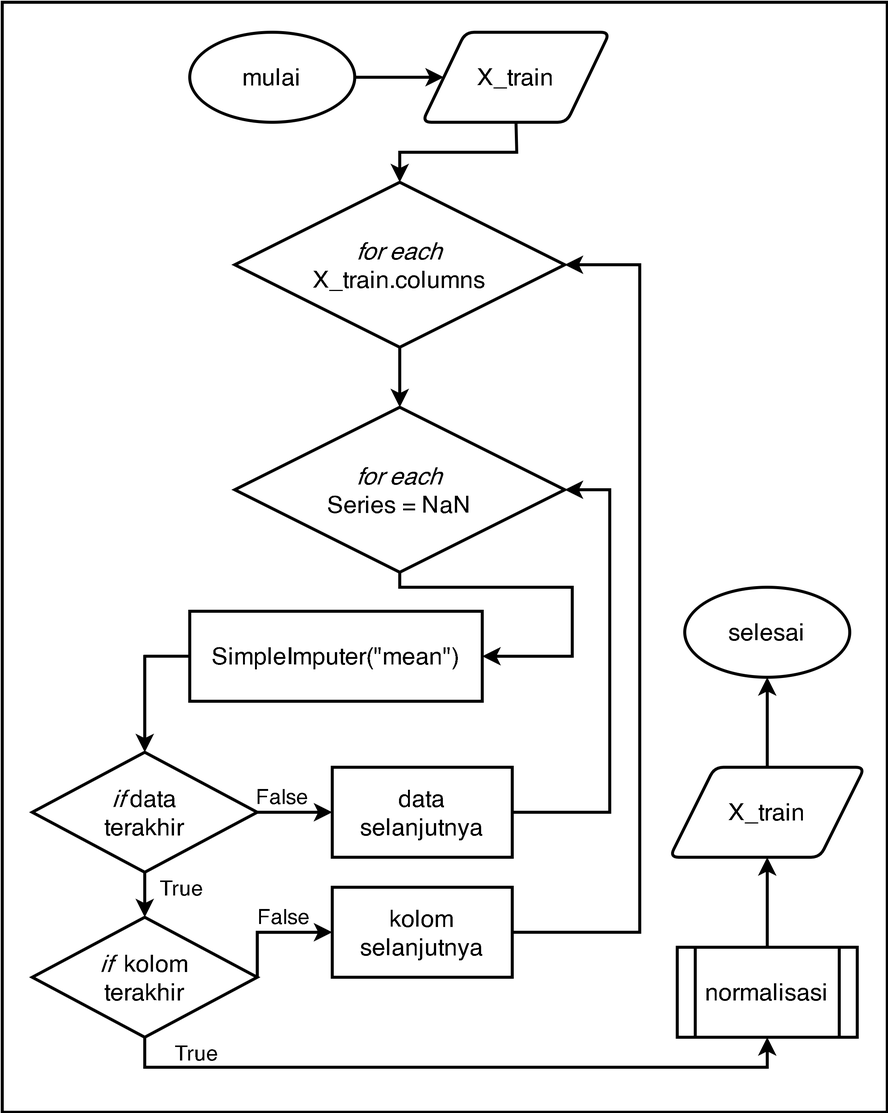
This is Images/flowchart_prep_numeric.png from rshby/skripsi, a draw.io export, as it was before one commit. Source tidied: cells renumbered, new cells last; positions are measured from the earlier drawing's top-left corner, leaving out a move shared by most shapes.
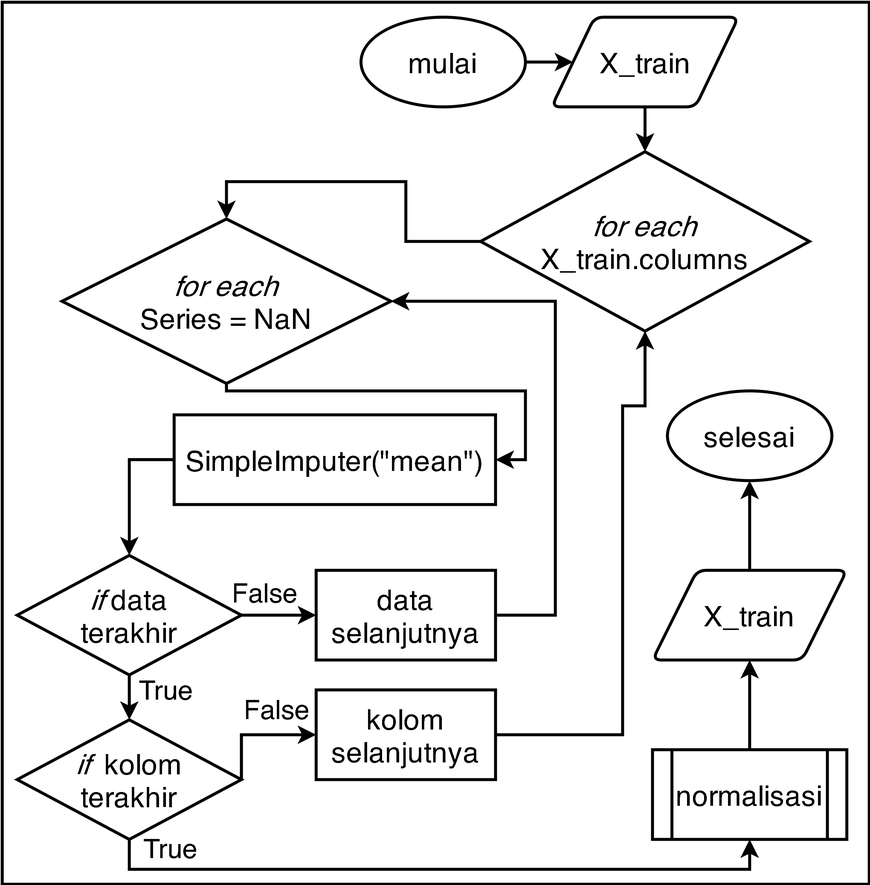
Above is the later version.

The edit, as a diff of the source:
```diff
@@ -2,132 +2,134 @@
   <root>
     <mxCell id="0" />
     <mxCell id="1" parent="0" />
-    <mxCell id="2" style="group;" parent="1" vertex="1">
-      <mxGeometry width="590" height="740" as="geometry" />
-    </mxCell>
-    <mxCell id="3" style="rounded=0;whiteSpace=wrap;html=1;strokeWidth=2;" parent="2" vertex="1">
-      <mxGeometry width="590" height="740" as="geometry" />
-    </mxCell>
+    <mxCell id="33" style="group;" parent="1" vertex="1">
+      <mxGeometry x="10" y="130" width="580" height="590" as="geometry" />
+    </mxCell>
+    <mxCell id="34" style="rounded=0;whiteSpace=wrap;html=1;fontSize=19;strokeWidth=2;" parent="33" vertex="1">
+      <mxGeometry width="580" height="590" as="geometry" />
+    </mxCell>
-    <mxCell id="4" value="&lt;font style=&quot;font-size: 16px&quot;&gt;selesai&lt;/font&gt;" style="ellipse;whiteSpace=wrap;html=1;strokeWidth=2;" parent="2" vertex="1">
-      <mxGeometry x="455" y="390" width="110" height="60" as="geometry" />
+    <mxCell id="4" value="&lt;font style=&quot;font-size: 19px&quot;&gt;selesai&lt;/font&gt;" style="ellipse;whiteSpace=wrap;html=1;strokeWidth=2;" parent="33" vertex="1">
+      <mxGeometry x="445" y="260" width="110" height="60" as="geometry" />
     </mxCell>
-    <mxCell id="5" value="&lt;font style=&quot;font-size: 16px&quot;&gt;normalisasi&lt;/font&gt;" style="shape=process;whiteSpace=wrap;html=1;backgroundOutline=1;strokeWidth=2;" parent="2" vertex="1">
-      <mxGeometry x="450" y="630" width="120" height="60" as="geometry" />
+    <mxCell id="5" value="&lt;font style=&quot;font-size: 19px&quot;&gt;normalisasi&lt;/font&gt;" style="shape=process;whiteSpace=wrap;html=1;backgroundOutline=1;strokeWidth=2;" parent="33" vertex="1">
+      <mxGeometry x="435" y="500" width="130" height="60" as="geometry" />
     </mxCell>
-    <mxCell id="6" value="&lt;font style=&quot;font-size: 16px&quot;&gt;X_train&lt;/font&gt;" style="shape=parallelogram;html=1;strokeWidth=2;perimeter=parallelogramPerimeter;whiteSpace=wrap;rounded=1;arcSize=12;size=0.23;" parent="2" vertex="1">
-      <mxGeometry x="445" y="510" width="130" height="60" as="geometry" />
+    <mxCell id="6" value="&lt;font style=&quot;font-size: 19px&quot;&gt;X_train&lt;/font&gt;" style="shape=parallelogram;html=1;strokeWidth=2;perimeter=parallelogramPerimeter;whiteSpace=wrap;rounded=1;arcSize=12;size=0.23;" parent="33" vertex="1">
+      <mxGeometry x="435" y="380" width="130" height="60" as="geometry" />
     </mxCell>
-    <mxCell id="7" style="endArrow=classic;html=1;strokeWidth=2;exitX=0.5;exitY=0;exitDx=0;exitDy=0;entryX=0.5;entryY=1;entryDx=0;entryDy=0;" parent="2" edge="1" source="5" target="6">
-      <mxGeometry x="440" y="40" as="geometry" />
+    <mxCell id="7" style="endArrow=classic;html=1;strokeWidth=2;exitX=0.5;exitY=0;exitDx=0;exitDy=0;entryX=0.5;entryY=1;entryDx=0;entryDy=0;" parent="33" edge="1" source="5" target="6">
+      <mxGeometry x="430" y="-90" as="geometry" />
     </mxCell>
-    <mxCell id="8" value="&lt;font style=&quot;font-size: 16px&quot;&gt;mulai&lt;/font&gt;" style="ellipse;whiteSpace=wrap;html=1;strokeWidth=2;" parent="2" vertex="1">
-      <mxGeometry x="125" y="20" width="110" height="60" as="geometry" />
+    <mxCell id="8" value="&lt;font style=&quot;font-size: 19px&quot;&gt;mulai&lt;/font&gt;" style="ellipse;whiteSpace=wrap;html=1;strokeWidth=2;" parent="33" vertex="1">
+      <mxGeometry x="240" y="10" width="110" height="60" as="geometry" />
     </mxCell>
-    <mxCell id="9" value="&lt;font style=&quot;font-size: 16px&quot;&gt;X_train&lt;/font&gt;" style="shape=parallelogram;html=1;strokeWidth=2;perimeter=parallelogramPerimeter;whiteSpace=wrap;rounded=1;arcSize=12;size=0.23;" parent="2" vertex="1">
-      <mxGeometry x="280" y="20" width="125" height="60" as="geometry" />
+    <mxCell id="9" value="&lt;font style=&quot;font-size: 19px&quot;&gt;X_train&lt;/font&gt;" style="shape=parallelogram;html=1;strokeWidth=2;perimeter=parallelogramPerimeter;whiteSpace=wrap;rounded=1;arcSize=12;size=0.23;" parent="33" vertex="1">
+      <mxGeometry x="367.5" y="10" width="125" height="60" as="geometry" />
     </mxCell>
-    <mxCell id="10" value="&lt;font style=&quot;font-size: 16px&quot;&gt;&lt;i&gt;for each&lt;/i&gt;&lt;br&gt;X_train.columns&lt;/font&gt;" style="rhombus;whiteSpace=wrap;html=1;strokeWidth=2;" parent="2" vertex="1">
-      <mxGeometry x="155" y="120" width="220" height="110" as="geometry" />
+    <mxCell id="10" value="&lt;font style=&quot;font-size: 19px&quot;&gt;&lt;i&gt;for each&lt;/i&gt;&lt;br&gt;X_train.columns&lt;/font&gt;" style="rhombus;whiteSpace=wrap;html=1;strokeWidth=2;" parent="33" vertex="1">
+      <mxGeometry x="320" y="100" width="220" height="120" as="geometry" />
     </mxCell>
-    <mxCell id="11" style="endArrow=classic;html=1;exitX=1;exitY=0.5;exitDx=0;exitDy=0;strokeWidth=2;entryX=0;entryY=0.5;entryDx=0;entryDy=0;" parent="2" edge="1" source="8" target="9">
-      <mxGeometry as="geometry" />
+    <mxCell id="11" style="endArrow=classic;html=1;exitX=1;exitY=0.5;exitDx=0;exitDy=0;strokeWidth=2;entryX=0;entryY=0.5;entryDx=0;entryDy=0;" parent="33" edge="1" source="8" target="9">
+      <mxGeometry x="-10" y="-130" as="geometry" />
     </mxCell>
-    <mxCell id="12" style="endArrow=classic;html=1;strokeWidth=2;exitX=0.5;exitY=1;exitDx=0;exitDy=0;entryX=0.5;entryY=0;entryDx=0;entryDy=0;rounded=0;" parent="2" edge="1" source="9" target="10">
-      <mxGeometry as="geometry">
-        <Array as="points">
-          <mxPoint x="343" y="100" />
-          <mxPoint x="265" y="100" />
-        </Array>
-      </mxGeometry>
+    <mxCell id="12" style="endArrow=classic;html=1;strokeWidth=2;exitX=0.5;exitY=1;exitDx=0;exitDy=0;entryX=0.5;entryY=0;entryDx=0;entryDy=0;rounded=0;" parent="33" edge="1" source="9" target="10">
+      <mxGeometry x="440" y="-270" as="geometry" />
     </mxCell>
-    <mxCell id="13" value="&lt;font style=&quot;font-size: 16px&quot;&gt;&lt;i&gt;for each&lt;/i&gt;&lt;br&gt;Series = NaN&lt;/font&gt;" style="rhombus;whiteSpace=wrap;html=1;strokeWidth=2;" parent="2" vertex="1">
-      <mxGeometry x="155" y="270" width="220" height="110" as="geometry" />
+    <mxCell id="13" value="&lt;font style=&quot;font-size: 19px&quot;&gt;&lt;i&gt;for each&lt;/i&gt;&lt;br&gt;Series = NaN&lt;/font&gt;" style="rhombus;whiteSpace=wrap;html=1;strokeWidth=2;" parent="33" vertex="1">
+      <mxGeometry x="40" y="145" width="220" height="110" as="geometry" />
     </mxCell>
-    <mxCell id="14" style="endArrow=classic;html=1;strokeWidth=2;exitX=0.5;exitY=1;exitDx=0;exitDy=0;entryX=0.5;entryY=0;entryDx=0;entryDy=0;" parent="2" edge="1" source="10" target="13">
-      <mxGeometry as="geometry" />
+    <mxCell id="14" style="endArrow=classic;html=1;strokeWidth=2;exitX=0;exitY=0.5;exitDx=0;exitDy=0;rounded=0;entryX=0.5;entryY=0;entryDx=0;entryDy=0;" parent="33" edge="1" source="10" target="13">
+      <mxGeometry x="-10" y="-130" as="geometry">
+        <Array as="points">
+          <mxPoint x="270" y="160" />
+          <mxPoint x="270" y="120" />
+          <mxPoint x="150" y="120" />
+        </Array>
+      </mxGeometry>
     </mxCell>
-    <mxCell id="15" value="&lt;font style=&quot;font-size: 16px&quot;&gt;SimpleImputer(&quot;mean&quot;)&lt;/font&gt;" style="rounded=0;whiteSpace=wrap;html=1;strokeWidth=2;" parent="2" vertex="1">
-      <mxGeometry x="125" y="406" width="195" height="60" as="geometry" />
+    <mxCell id="15" value="&lt;font style=&quot;font-size: 19px&quot;&gt;SimpleImputer(&quot;mean&quot;)&lt;/font&gt;" style="rounded=0;whiteSpace=wrap;html=1;strokeWidth=2;" parent="33" vertex="1">
+      <mxGeometry x="115" y="276" width="215" height="60" as="geometry" />
     </mxCell>
-    <mxCell id="16" style="endArrow=classic;html=1;strokeWidth=2;exitX=0.5;exitY=1;exitDx=0;exitDy=0;entryX=1;entryY=0.5;entryDx=0;entryDy=0;rounded=0;" parent="2" edge="1" source="13" target="15">
-      <mxGeometry x="450" y="-140" as="geometry">
+    <mxCell id="16" style="endArrow=classic;html=1;strokeWidth=2;exitX=0.5;exitY=1;exitDx=0;exitDy=0;entryX=1;entryY=0.5;entryDx=0;entryDy=0;rounded=0;" parent="33" edge="1" source="13" target="15">
+      <mxGeometry x="440" y="-270" as="geometry">
         <Array as="points">
-          <mxPoint x="265" y="390" />
-          <mxPoint x="380" y="390" />
-          <mxPoint x="380" y="436" />
+          <mxPoint x="150" y="260" />
+          <mxPoint x="350" y="260" />
+          <mxPoint x="350" y="306" />
         </Array>
       </mxGeometry>
     </mxCell>
-    <mxCell id="17" value="&lt;font style=&quot;font-size: 16px&quot;&gt;&lt;i&gt;if&lt;/i&gt;&amp;nbsp;data&lt;br&gt;terakhir&lt;/font&gt;" style="rhombus;whiteSpace=wrap;html=1;strokeWidth=2;" parent="2" vertex="1">
-      <mxGeometry x="20" y="500" width="150" height="80" as="geometry" />
+    <mxCell id="17" value="&lt;font style=&quot;font-size: 19px&quot;&gt;&lt;i&gt;if&lt;/i&gt;&amp;nbsp;data&lt;br&gt;terakhir&lt;/font&gt;" style="rhombus;whiteSpace=wrap;html=1;strokeWidth=2;" parent="33" vertex="1">
+      <mxGeometry x="10" y="370" width="150" height="80" as="geometry" />
     </mxCell>
-    <mxCell id="18" value="&lt;font style=&quot;font-size: 16px&quot;&gt;data&lt;br&gt;selanjutnya&lt;/font&gt;" style="rounded=0;whiteSpace=wrap;html=1;strokeWidth=2;" parent="2" vertex="1">
-      <mxGeometry x="220" y="510" width="120" height="60" as="geometry" />
+    <mxCell id="18" value="&lt;font style=&quot;font-size: 19px&quot;&gt;data&lt;br&gt;selanjutnya&lt;/font&gt;" style="rounded=0;whiteSpace=wrap;html=1;strokeWidth=2;" parent="33" vertex="1">
+      <mxGeometry x="210" y="380" width="120" height="60" as="geometry" />
     </mxCell>
-    <mxCell id="19" value="&lt;font style=&quot;font-size: 16px&quot;&gt;&lt;i&gt;if&lt;/i&gt;&amp;nbsp; kolom&lt;br&gt;terakhir&lt;/font&gt;" style="rhombus;whiteSpace=wrap;html=1;strokeWidth=2;" parent="2" vertex="1">
-      <mxGeometry x="20" y="610" width="150" height="80" as="geometry" />
+    <mxCell id="19" value="&lt;font style=&quot;font-size: 19px&quot;&gt;&lt;i&gt;if&lt;/i&gt;&amp;nbsp; kolom&lt;br&gt;terakhir&lt;/font&gt;" style="rhombus;whiteSpace=wrap;html=1;strokeWidth=2;" parent="33" vertex="1">
+      <mxGeometry x="10" y="480" width="150" height="80" as="geometry" />
     </mxCell>
-    <mxCell id="20" value="&lt;font style=&quot;font-size: 16px&quot;&gt;kolom&lt;br&gt;selanjutnya&lt;/font&gt;" style="rounded=0;whiteSpace=wrap;html=1;strokeWidth=2;" parent="2" vertex="1">
-      <mxGeometry x="220" y="590" width="120" height="60" as="geometry" />
+    <mxCell id="20" value="&lt;font style=&quot;font-size: 19px&quot;&gt;kolom&lt;br&gt;selanjutnya&lt;/font&gt;" style="rounded=0;whiteSpace=wrap;html=1;strokeWidth=2;" parent="33" vertex="1">
+      <mxGeometry x="210" y="460" width="120" height="60" as="geometry" />
     </mxCell>
-    <mxCell id="21" style="endArrow=classic;html=1;strokeWidth=2;exitX=1;exitY=0.5;exitDx=0;exitDy=0;entryX=1;entryY=0.5;entryDx=0;entryDy=0;rounded=0;" parent="2" edge="1" source="18" target="13">
-      <mxGeometry as="geometry">
+    <mxCell id="21" style="endArrow=classic;html=1;strokeWidth=2;exitX=1;exitY=0.5;exitDx=0;exitDy=0;entryX=1;entryY=0.5;entryDx=0;entryDy=0;rounded=0;" parent="33" edge="1" source="18" target="13">
+      <mxGeometry x="-10" y="-130" as="geometry">
         <Array as="points">
-          <mxPoint x="405" y="540" />
-          <mxPoint x="405" y="325" />
+          <mxPoint x="370" y="410" />
+          <mxPoint x="370" y="200" />
         </Array>
       </mxGeometry>
     </mxCell>
-    <mxCell id="22" style="endArrow=classic;html=1;strokeWidth=2;exitX=1;exitY=0.5;exitDx=0;exitDy=0;entryX=1;entryY=0.5;entryDx=0;entryDy=0;rounded=0;" parent="2" edge="1" source="20" target="10">
-      <mxGeometry as="geometry">
+    <mxCell id="22" style="endArrow=classic;html=1;strokeWidth=2;exitX=1;exitY=0.5;exitDx=0;exitDy=0;entryX=0.5;entryY=1;entryDx=0;entryDy=0;rounded=0;" parent="33" edge="1" source="20" target="10">
+      <mxGeometry x="-10" y="-130" as="geometry">
         <Array as="points">
-          <mxPoint x="425" y="620" />
-          <mxPoint x="425" y="175" />
+          <mxPoint x="415" y="490" />
+          <mxPoint x="415" y="270" />
+          <mxPoint x="430" y="270" />
         </Array>
       </mxGeometry>
     </mxCell>
-    <mxCell id="23" style="endArrow=classic;html=1;strokeWidth=2;exitX=1;exitY=0.5;exitDx=0;exitDy=0;entryX=0;entryY=0.5;entryDx=0;entryDy=0;" parent="2" edge="1" source="17" target="18">
-      <mxGeometry as="geometry" />
+    <mxCell id="23" style="endArrow=classic;html=1;strokeWidth=2;exitX=1;exitY=0.5;exitDx=0;exitDy=0;entryX=0;entryY=0.5;entryDx=0;entryDy=0;" parent="33" edge="1" source="17" target="18">
+      <mxGeometry x="-10" y="-130" as="geometry" />
     </mxCell>
-    <mxCell id="24" style="endArrow=classic;html=1;strokeWidth=2;exitX=0.5;exitY=1;exitDx=0;exitDy=0;" parent="2" edge="1" source="17">
-      <mxGeometry as="geometry">
-        <mxPoint x="95" y="610" as="targetPoint" />
+    <mxCell id="24" style="endArrow=classic;html=1;strokeWidth=2;exitX=0.5;exitY=1;exitDx=0;exitDy=0;" parent="33" edge="1" source="17">
+      <mxGeometry x="-10" y="-130" as="geometry">
+        <mxPoint x="85" y="480" as="targetPoint" />
       </mxGeometry>
     </mxCell>
-    <mxCell id="25" style="endArrow=classic;html=1;strokeWidth=2;exitX=1;exitY=0.5;exitDx=0;exitDy=0;entryX=0;entryY=0.5;entryDx=0;entryDy=0;rounded=0;" parent="2" edge="1" source="19" target="20">
-      <mxGeometry as="geometry">
+    <mxCell id="25" style="endArrow=classic;html=1;strokeWidth=2;exitX=1;exitY=0.5;exitDx=0;exitDy=0;entryX=0;entryY=0.5;entryDx=0;entryDy=0;rounded=0;" parent="33" edge="1" source="19" target="20">
+      <mxGeometry x="-10" y="-130" as="geometry">
         <Array as="points">
-          <mxPoint x="170" y="620" />
+          <mxPoint x="160" y="490" />
         </Array>
       </mxGeometry>
     </mxCell>
-    <mxCell id="26" style="endArrow=classic;html=1;exitX=0.5;exitY=1;exitDx=0;exitDy=0;entryX=0.5;entryY=1;entryDx=0;entryDy=0;rounded=0;strokeWidth=2;" parent="2" edge="1" source="19" target="5">
-      <mxGeometry as="geometry">
+    <mxCell id="26" style="endArrow=classic;html=1;exitX=0.5;exitY=1;exitDx=0;exitDy=0;entryX=0.5;entryY=1;entryDx=0;entryDy=0;rounded=0;strokeWidth=2;" parent="33" edge="1" source="19" target="5">
+      <mxGeometry x="-10" y="-130" as="geometry">
         <Array as="points">
-          <mxPoint x="95" y="710" />
-          <mxPoint x="510" y="710" />
+          <mxPoint x="85" y="580" />
+          <mxPoint x="500" y="580" />
         </Array>
       </mxGeometry>
     </mxCell>
-    <mxCell id="27" style="endArrow=classic;html=1;strokeWidth=2;exitX=0.5;exitY=0;exitDx=0;exitDy=0;entryX=0.5;entryY=1;entryDx=0;entryDy=0;" parent="2" edge="1" source="6" target="4">
-      <mxGeometry as="geometry" />
+    <mxCell id="27" style="endArrow=classic;html=1;strokeWidth=2;exitX=0.5;exitY=0;exitDx=0;exitDy=0;entryX=0.5;entryY=1;entryDx=0;entryDy=0;" parent="33" edge="1" source="6" target="4">
+      <mxGeometry x="-10" y="-130" as="geometry" />
     </mxCell>
-    <mxCell id="28" value="&lt;font style=&quot;font-size: 14px&quot;&gt;True&lt;/font&gt;" style="text;html=1;strokeColor=none;fillColor=none;align=center;verticalAlign=middle;whiteSpace=wrap;rounded=0;" parent="2" vertex="1">
-      <mxGeometry x="100" y="580" width="40" height="20" as="geometry" />
+    <mxCell id="28" value="&lt;font style=&quot;font-size: 18px&quot;&gt;True&lt;/font&gt;" style="text;html=1;strokeColor=none;fillColor=none;align=center;verticalAlign=middle;whiteSpace=wrap;rounded=0;" parent="33" vertex="1">
+      <mxGeometry x="90" y="450" width="40" height="20" as="geometry" />
     </mxCell>
-    <mxCell id="29" value="&lt;font style=&quot;font-size: 14px&quot;&gt;True&lt;/font&gt;" style="text;html=1;strokeColor=none;fillColor=none;align=center;verticalAlign=middle;whiteSpace=wrap;rounded=0;" parent="2" vertex="1">
-      <mxGeometry x="110" y="690" width="40" height="20" as="geometry" />
+    <mxCell id="29" value="&lt;font style=&quot;font-size: 18px&quot;&gt;True&lt;/font&gt;" style="text;html=1;strokeColor=none;fillColor=none;align=center;verticalAlign=middle;whiteSpace=wrap;rounded=0;" parent="33" vertex="1">
+      <mxGeometry x="93" y="556" width="40" height="20" as="geometry" />
     </mxCell>
-    <mxCell id="30" value="&lt;font style=&quot;font-size: 14px&quot;&gt;False&lt;/font&gt;" style="text;html=1;strokeColor=none;fillColor=none;align=center;verticalAlign=middle;whiteSpace=wrap;rounded=0;" parent="2" vertex="1">
-      <mxGeometry x="167" y="519" width="40" height="20" as="geometry" />
+    <mxCell id="30" value="&lt;font style=&quot;font-size: 18px&quot;&gt;False&lt;/font&gt;" style="text;html=1;strokeColor=none;fillColor=none;align=center;verticalAlign=middle;whiteSpace=wrap;rounded=0;" parent="33" vertex="1">
+      <mxGeometry x="156" y="385" width="40" height="20" as="geometry" />
     </mxCell>
-    <mxCell id="31" value="&lt;font style=&quot;font-size: 14px&quot;&gt;False&lt;/font&gt;" style="text;html=1;strokeColor=none;fillColor=none;align=center;verticalAlign=middle;whiteSpace=wrap;rounded=0;" parent="2" vertex="1">
-      <mxGeometry x="168" y="599" width="40" height="20" as="geometry" />
+    <mxCell id="31" value="&lt;font style=&quot;font-size: 18px&quot;&gt;False&lt;/font&gt;" style="text;html=1;strokeColor=none;fillColor=none;align=center;verticalAlign=middle;whiteSpace=wrap;rounded=0;" parent="33" vertex="1">
+      <mxGeometry x="164" y="463" width="40" height="20" as="geometry" />
     </mxCell>
-    <mxCell id="32" style="endArrow=classic;html=1;strokeWidth=2;exitX=0;exitY=0.5;exitDx=0;exitDy=0;entryX=0.5;entryY=0;entryDx=0;entryDy=0;rounded=0;" parent="2" edge="1" source="15" target="17">
-      <mxGeometry as="geometry">
+    <mxCell id="32" style="endArrow=classic;html=1;strokeWidth=2;exitX=0;exitY=0.5;exitDx=0;exitDy=0;entryX=0.5;entryY=0;entryDx=0;entryDy=0;rounded=0;" parent="33" edge="1" source="15" target="17">
+      <mxGeometry x="-10" y="-130" as="geometry">
         <Array as="points">
-          <mxPoint x="95" y="436" />
+          <mxPoint x="85" y="306" />
         </Array>
       </mxGeometry>
     </mxCell>
```
